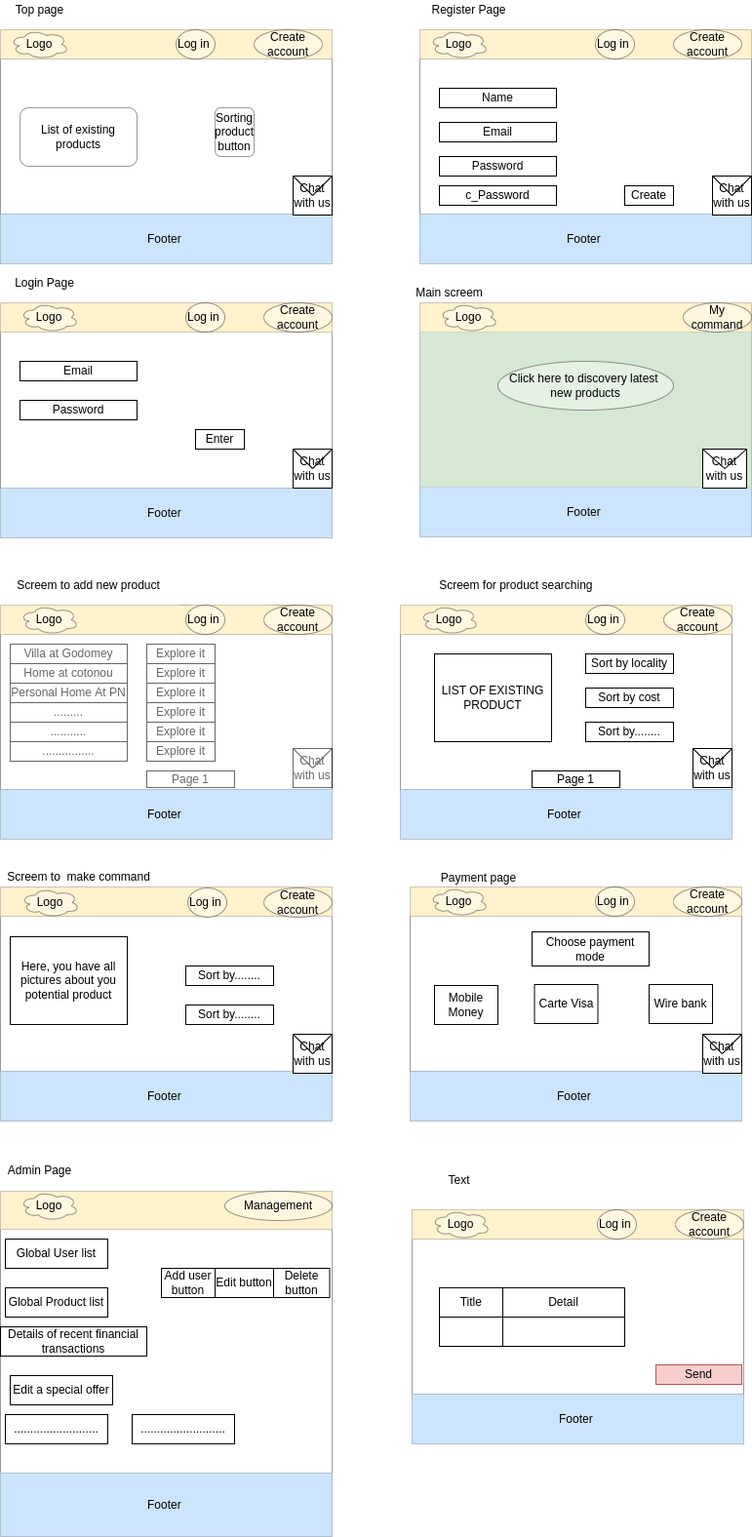
Before: public/Wireframe.png, a diagram exported from draw.io (IBRAHIMA8/Transimo). Source tidied: cells renumbered, new cells last; positions are measured from the earlier drawing's top-left corner, leaving out a move shared by most shapes.
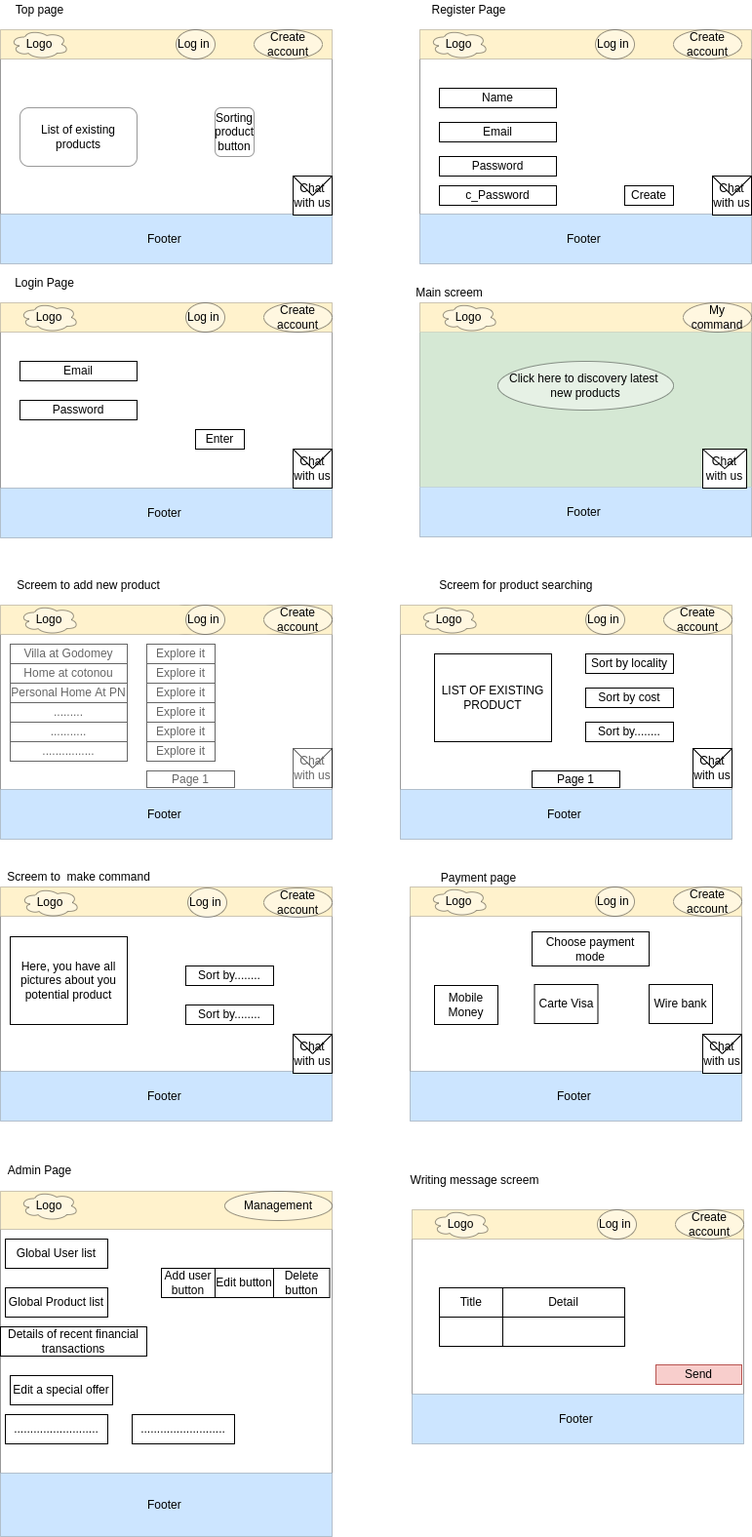
Above is the later version.

What changed in the source:
```diff
@@ -509,8 +509,8 @@
     <mxCell id="170" style="rounded=0;whiteSpace=wrap;html=1;" parent="1" vertex="1">
       <mxGeometry x="515" y="1350" width="125" height="30" as="geometry" />
     </mxCell>
-    <mxCell id="171" value="Text" style="text;html=1;align=center;verticalAlign=middle;strokeColor=none;fillColor=none;" parent="1" vertex="1">
-      <mxGeometry x="450" y="1200" width="40" height="20" as="geometry" />
+    <mxCell id="171" value="Writing message screem" style="text;html=1;align=center;verticalAlign=middle;strokeColor=none;fillColor=none;" parent="1" vertex="1">
+      <mxGeometry x="411" y="1200" width="150" height="20" as="geometry" />
     </mxCell>
   </root>
 </mxGraphModel>
```
